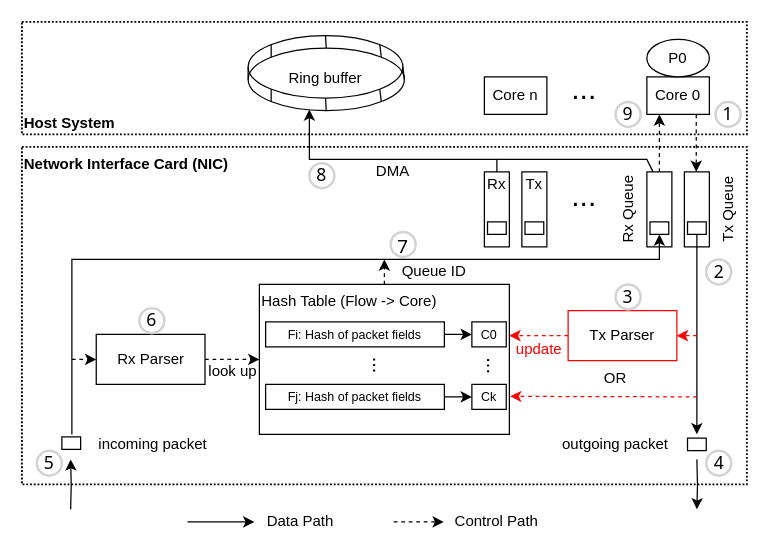
This is new_FD.drawio from LuyaoZhong/Figures, a draw.io file, before an edit. Source tidied: cells renumbered, new cells numbered last; positions are measured from the earlier drawing's top-left corner, leaving out a move shared by most shapes. Both pictures are drawn from the tidied source at 125%, with x=0, y=0 at pixel (21, 21).
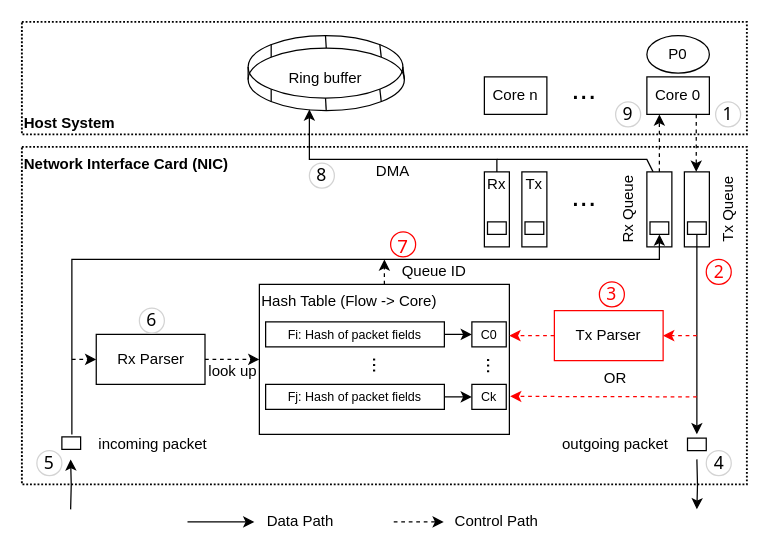
The same page after the edit.

Diff of the diagram source:
```diff
@@
     <mxCell id="7" value="P0" style="ellipse;whiteSpace=wrap;html=1;" parent="1" vertex="1">
-      <mxGeometry x="500" y="14" width="50" height="30" as="geometry" />
+      <mxGeometry x="500" y="11" width="50" height="30" as="geometry" />
     </mxCell>
@@
     <mxCell id="22" value="Tx Parser" style="rounded=0;whiteSpace=wrap;html=1;strokeColor=#FF0000;fontStyle=0;perimeterSpacing=0;" parent="1" vertex="1">
-      <mxGeometry x="437" y="231" width="87" height="40" as="geometry" />
+      <mxGeometry x="426" y="231" width="87" height="40" as="geometry" />
     </mxCell>
@@
-    <mxCell id="59" value="1" style="ellipse;whiteSpace=wrap;html=1;strokeWidth=2;fontFamily=Tahoma;spacingBottom=0;spacingRight=0;strokeColor=#d3d3d3;fontSize=14;fillColor=none;align=center;verticalAlign=middle;spacingLeft=0;spacing=0;" parent="1" vertex="1">
+    <mxCell id="59" value="1" style="ellipse;whiteSpace=wrap;html=1;strokeWidth=1;fontFamily=Tahoma;spacingBottom=0;spacingRight=0;strokeColor=#d3d3d3;fontSize=14;fillColor=none;align=center;verticalAlign=middle;spacingLeft=0;spacing=0;" parent="1" vertex="1">
       <mxGeometry x="555" y="64" width="20" height="20" as="geometry" />
     </mxCell>
-    <mxCell id="60" value="2" style="ellipse;whiteSpace=wrap;html=1;strokeWidth=2;fontFamily=Tahoma;spacingBottom=0;spacingRight=0;strokeColor=#d3d3d3;fontSize=14;fillColor=none;align=center;verticalAlign=middle;spacingLeft=0;spacing=0;" parent="1" vertex="1">
+    <mxCell id="60" value="2" style="ellipse;whiteSpace=wrap;html=1;strokeWidth=1;fontFamily=Tahoma;spacingBottom=0;spacingRight=0;strokeColor=#FF0000;fontSize=14;fillColor=none;align=center;verticalAlign=middle;spacingLeft=0;spacing=0;fontColor=#FF0000;" parent="1" vertex="1">
       <mxGeometry x="547.5" y="190" width="20" height="20" as="geometry" />
     </mxCell>
-    <mxCell id="61" value="4" style="ellipse;whiteSpace=wrap;html=1;strokeWidth=2;fontFamily=Tahoma;spacingBottom=0;spacingRight=0;strokeColor=#d3d3d3;fontSize=14;fillColor=none;align=center;verticalAlign=middle;spacing=0;" parent="1" vertex="1">
+    <mxCell id="61" value="4" style="ellipse;whiteSpace=wrap;html=1;strokeWidth=1;fontFamily=Tahoma;spacingBottom=0;spacingRight=0;strokeColor=#d3d3d3;fontSize=14;fillColor=none;align=center;verticalAlign=middle;spacing=0;" parent="1" vertex="1">
       <mxGeometry x="547.5" y="343" width="20" height="20" as="geometry" />
     </mxCell>
-    <mxCell id="62" value="5" style="ellipse;whiteSpace=wrap;html=1;strokeWidth=2;fontFamily=Tahoma;spacingBottom=0;spacingRight=0;strokeColor=#d3d3d3;fontSize=14;fillColor=none;align=center;verticalAlign=middle;spacing=0;" parent="1" vertex="1">
+    <mxCell id="62" value="5" style="ellipse;whiteSpace=wrap;html=1;strokeWidth=1;fontFamily=Tahoma;spacingBottom=0;spacingRight=0;strokeColor=#d3d3d3;fontSize=14;fillColor=none;align=center;verticalAlign=middle;spacing=0;" parent="1" vertex="1">
       <mxGeometry x="12" y="343" width="20" height="20" as="geometry" />
     </mxCell>
-    <mxCell id="63" value="6" style="ellipse;whiteSpace=wrap;html=1;strokeWidth=2;fontFamily=Tahoma;spacingBottom=0;spacingRight=0;strokeColor=#d3d3d3;fontSize=14;fillColor=none;align=center;verticalAlign=middle;spacing=0;" parent="1" vertex="1">
+    <mxCell id="63" value="6" style="ellipse;whiteSpace=wrap;html=1;strokeWidth=1;fontFamily=Tahoma;spacingBottom=0;spacingRight=0;strokeColor=#d3d3d3;fontSize=14;fillColor=none;align=center;verticalAlign=middle;spacing=0;" parent="1" vertex="1">
       <mxGeometry x="94" y="229" width="20" height="20" as="geometry" />
     </mxCell>
-    <mxCell id="64" value="7" style="ellipse;whiteSpace=wrap;html=1;strokeWidth=2;fontFamily=Tahoma;spacingBottom=0;spacingRight=0;strokeColor=#d3d3d3;fontSize=15;fillColor=none;align=center;verticalAlign=middle;spacing=0;" parent="1" vertex="1">
+    <mxCell id="64" value="7" style="ellipse;whiteSpace=wrap;html=1;strokeWidth=1;fontFamily=Tahoma;spacingBottom=0;spacingRight=0;strokeColor=#FF0000;fontSize=15;fillColor=none;align=center;verticalAlign=middle;spacing=0;fontColor=#FF0000;" parent="1" vertex="1">
       <mxGeometry x="295" y="168" width="20" height="20" as="geometry" />
     </mxCell>
-    <mxCell id="65" value="3" style="ellipse;whiteSpace=wrap;html=1;strokeWidth=2;fontFamily=Tahoma;spacingBottom=0;spacingRight=0;strokeColor=#d3d3d3;fontSize=14;fillColor=none;align=center;verticalAlign=middle;spacing=0;" parent="1" vertex="1">
-      <mxGeometry x="475" y="210" width="20" height="20" as="geometry" />
+    <mxCell id="65" value="3" style="ellipse;whiteSpace=wrap;html=1;strokeWidth=1;fontFamily=Tahoma;spacingBottom=0;spacingRight=0;strokeColor=#FF0000;fontSize=14;fillColor=none;align=center;verticalAlign=middle;spacing=0;fontColor=#FF0000;" parent="1" vertex="1">
+      <mxGeometry x="462" y="208" width="20" height="20" as="geometry" />
     </mxCell>
-    <mxCell id="66" value="8" style="ellipse;whiteSpace=wrap;html=1;strokeWidth=2;fontFamily=Tahoma;spacingBottom=0;spacingRight=0;strokeColor=#d3d3d3;fontSize=14;fillColor=none;align=center;verticalAlign=middle;horizontal=1;spacing=0;" parent="1" vertex="1">
+    <mxCell id="66" value="8" style="ellipse;whiteSpace=wrap;html=1;strokeWidth=1;fontFamily=Tahoma;spacingBottom=0;spacingRight=0;strokeColor=#d3d3d3;fontSize=14;fillColor=none;align=center;verticalAlign=middle;horizontal=1;spacing=0;" parent="1" vertex="1">
       <mxGeometry x="230" y="113" width="20" height="20" as="geometry" />
     </mxCell>
@@
-    <mxCell id="72" value="update" style="text;html=1;strokeColor=none;fillColor=none;align=center;verticalAlign=middle;whiteSpace=wrap;rounded=0;fontSize=12;fontColor=#FF0000;" parent="1" vertex="1">
-      <mxGeometry x="384" y="252" width="60" height="20" as="geometry" />
-    </mxCell>
@@
-    <mxCell id="75" value="9" style="ellipse;whiteSpace=wrap;html=1;strokeWidth=2;fontFamily=Tahoma;spacingBottom=0;spacingRight=0;strokeColor=#d3d3d3;fontSize=14;fillColor=none;align=center;verticalAlign=middle;labelPosition=center;verticalLabelPosition=middle;spacing=0;spacingLeft=0;" parent="1" vertex="1">
+    <mxCell id="75" value="9" style="ellipse;whiteSpace=wrap;html=1;strokeWidth=1;fontFamily=Tahoma;spacingBottom=0;spacingRight=0;strokeColor=#d3d3d3;fontSize=14;fillColor=none;align=center;verticalAlign=middle;labelPosition=center;verticalLabelPosition=middle;spacing=0;spacingLeft=0;" parent="1" vertex="1">
       <mxGeometry x="475" y="64" width="20" height="20" as="geometry" />
     </mxCell>
```
